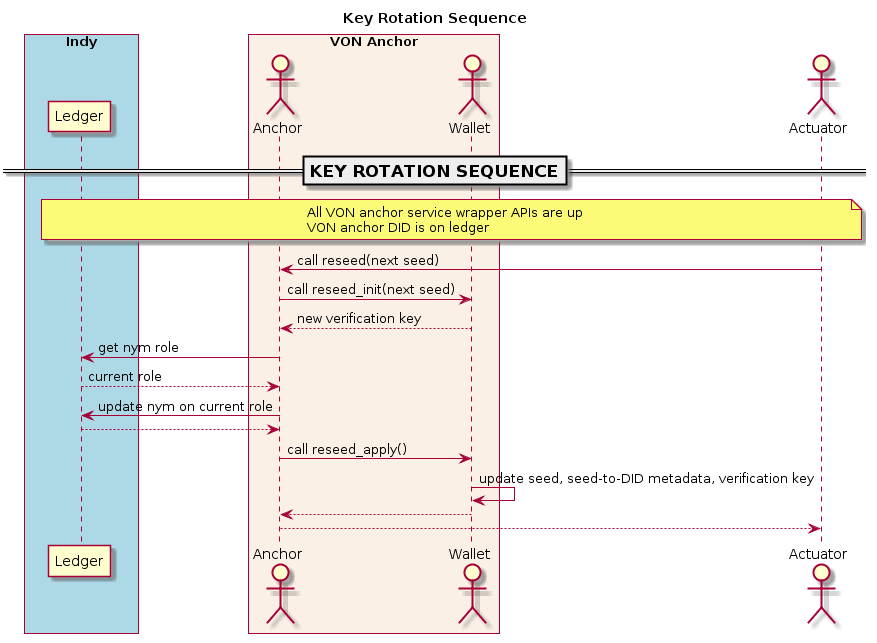
Before: docs/source/pic/reseed.png, a diagram exported from PlantUML (PSPC-SPAC-buyandsell/von_anchor).
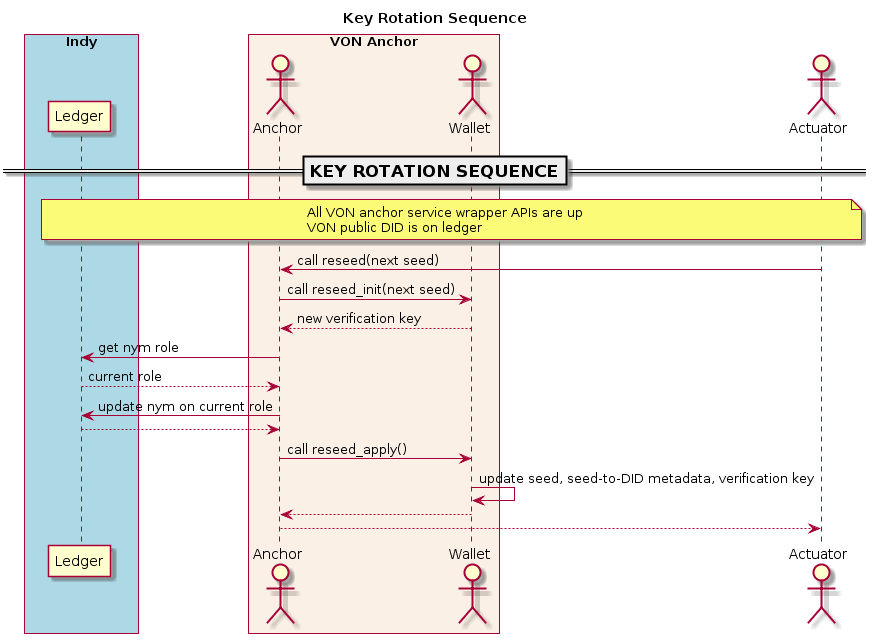
The same file after the commit.

What changed in the source:
```diff
@@ -19,7 +19,7 @@
 === KEY ROTATION SEQUENCE ==
 note over ledger, ator
     All VON anchor service wrapper APIs are up
-    VON anchor DID is on ledger
+    VON public DID is on ledger
 endnote
 
 ator -> an: call reseed(next seed)
```
